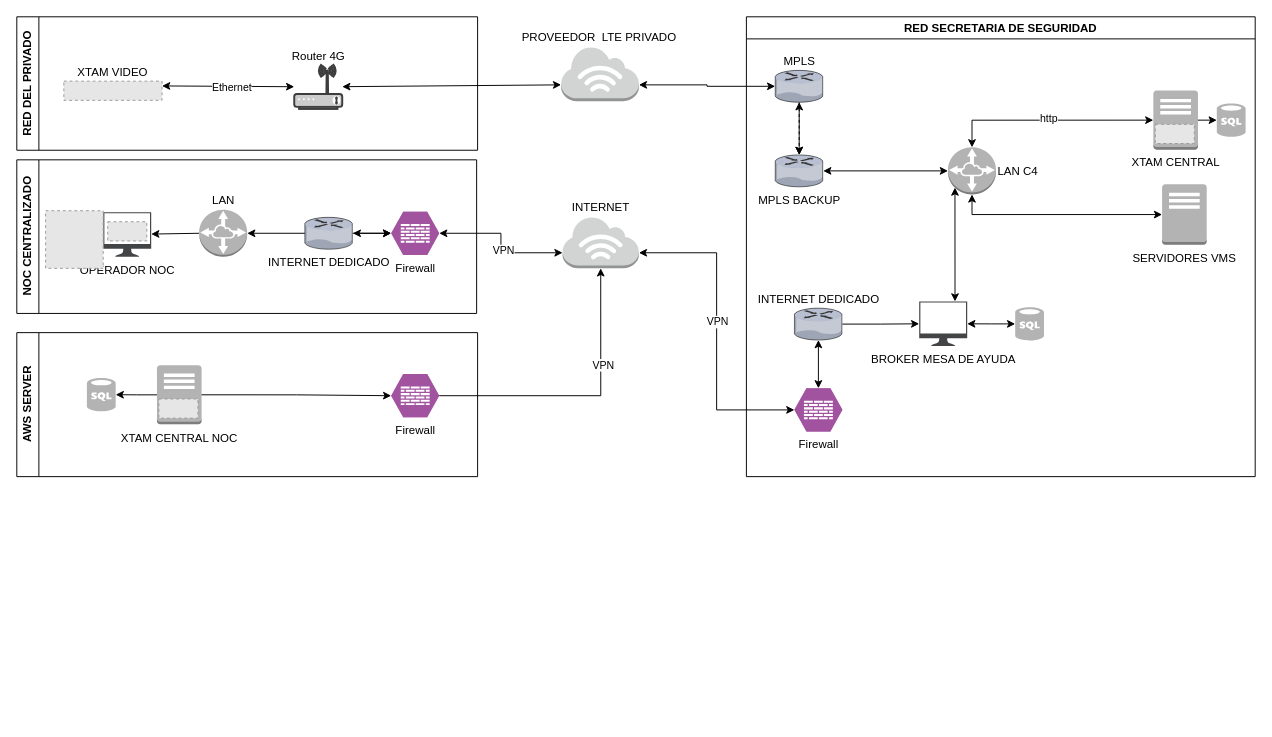
This is page "noc central" (3 of 3) of XTAM TOPOLOGIA.drawio from FelipeHurtado/BPMN_EXPERIMIENTO, a draw.io file, before an edit. Source tidied: cells renumbered, new cells numbered last; positions are measured from the earlier drawing's top-left corner, leaving out a move shared by most shapes. Both pictures are drawn from the tidied source at 96%, with x=0, y=0 at pixel (16, 16). Pictures stored in the file or linked from it are replaced by grey dashed boxes.
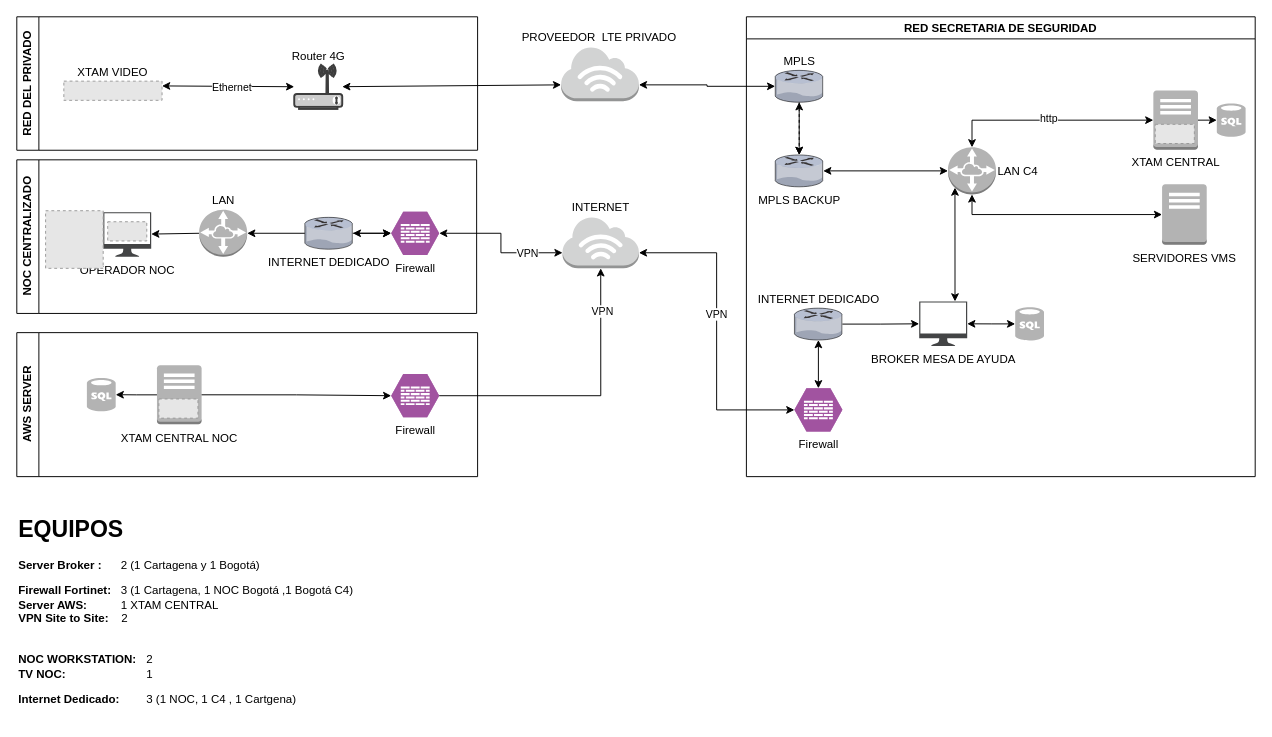
After the change.

The change refers to these unchanged cells:
```xml
<mxCell id="51" style="rounded=0;jettySize=auto;html=1;exitX=0;exitY=0.5;exitDx=0;exitDy=0;exitPerimeter=0;entryX=1;entryY=0.7;entryDx=0;entryDy=0;entryPerimeter=0;startArrow=classic;startFill=1;edgeStyle=orthogonalEdgeStyle;" parent="1" edge="1" source="30" target="50">
  <mxGeometry relative="1" as="geometry" />
</mxCell>
<mxCell id="53" style="edgeStyle=orthogonalEdgeStyle;rounded=0;jettySize=auto;html=1;entryX=0;entryY=0.7;entryDx=0;entryDy=0;entryPerimeter=0;startArrow=classic;startFill=1;" parent="1" edge="1" source="48" target="50">
  <mxGeometry relative="1" as="geometry" />
</mxCell>
<mxCell id="64" style="edgeStyle=orthogonalEdgeStyle;rounded=0;jettySize=auto;html=1;exitX=1;exitY=0.5;exitDx=0;exitDy=0;exitPerimeter=0;entryX=0.5;entryY=1;entryDx=0;entryDy=0;entryPerimeter=0;" parent="1" edge="1" source="56" target="50">
  <mxGeometry relative="1" as="geometry" />
</mxCell>
```

Diff of the diagram source:
```diff
@@
     <mxCell id="52" value="VPN" style="edgeLabel;html=1;align=center;verticalAlign=middle;" parent="51" vertex="1">
       <mxGeometry x="0.07" relative="1" as="geometry">
-        <mxPoint y="1" as="offset" />
+        <mxPoint x="-1" y="-7" as="offset" />
       </mxGeometry>
     </mxCell>
@@
     <mxCell id="54" value="VPN" style="edgeLabel;html=1;align=center;verticalAlign=middle;" parent="53" vertex="1">
-      <mxGeometry x="0.1" y="2" relative="1" as="geometry" />
+      <mxGeometry x="0.1" y="2" relative="1" as="geometry">
+        <mxPoint x="25" y="3" as="offset" />
+      </mxGeometry>
     </mxCell>
@@
     <mxCell id="65" value="VPN" style="edgeLabel;html=1;align=center;verticalAlign=middle;" parent="64" vertex="1">
-      <mxGeometry x="0.33" y="-2" relative="1" as="geometry" />
+      <mxGeometry x="0.33" y="-2" relative="1" as="geometry">
+        <mxPoint x="-1" y="-56" as="offset" />
+      </mxGeometry>
     </mxCell>
+    <mxCell id="66" value="&lt;h1 style=&quot;margin-top: 0px;&quot;&gt;EQUIPOS&lt;/h1&gt;&lt;p&gt;&lt;b&gt;Server Broker : &lt;/b&gt;&lt;span style=&quot;white-space: pre;&quot;&gt;&#9;&lt;/span&gt;2 (1 Cartagena y 1 Bogotá)&lt;/p&gt;&lt;p&gt;&lt;b&gt;Firewall Fortinet: &lt;/b&gt;&lt;span style=&quot;white-space: pre;&quot;&gt;&#9;&lt;/span&gt;3 (1 Cartagena, 1 NOC Bogotá ,1 Bogotá C4)&lt;br&gt;&lt;b&gt;Server AWS:&lt;/b&gt; &lt;span style=&quot;white-space: pre;&quot;&gt;&#9;&lt;/span&gt;&lt;span style=&quot;white-space: pre;&quot;&gt;&#9;&lt;/span&gt;1 XTAM CENTRAL&amp;nbsp;&lt;br&gt;&lt;b&gt;VPN Site to Site:&amp;nbsp;&lt;/b&gt;&amp;nbsp; &amp;nbsp;2&lt;br&gt;&lt;br&gt;&lt;br&gt;&lt;b&gt;NOC WORKSTATION:&lt;/b&gt; &lt;span style=&quot;white-space: pre;&quot;&gt;&#9;&lt;/span&gt;2&amp;nbsp;&lt;br&gt;&lt;b&gt;TV NOC:&lt;span style=&quot;white-space: pre;&quot;&gt;&#9;&lt;/span&gt;&lt;/b&gt;&lt;span style=&quot;white-space: pre;&quot;&gt;&#9;&lt;/span&gt;&amp;nbsp; &amp;nbsp; &amp;nbsp;&lt;span style=&quot;white-space: pre;&quot;&gt;&#9;&lt;/span&gt;&lt;span style=&quot;white-space: pre;&quot;&gt;&#9;&lt;/span&gt;1&lt;/p&gt;&lt;p&gt;&lt;b&gt;Internet Dedicado:&lt;/b&gt;&amp;nbsp;&lt;span style=&quot;white-space: pre;&quot;&gt;&#9;&lt;/span&gt;3 (1 NOC, 1 C4 , 1 Cartgena)&lt;/p&gt;&lt;p&gt;&lt;br&gt;&lt;/p&gt;&lt;p&gt;&lt;br&gt;&lt;/p&gt;" style="text;html=1;whiteSpace=wrap;overflow=hidden;rounded=0;" parent="1" vertex="1">
+      <mxGeometry y="513" width="567" height="217" as="geometry" />
+    </mxCell>
```
